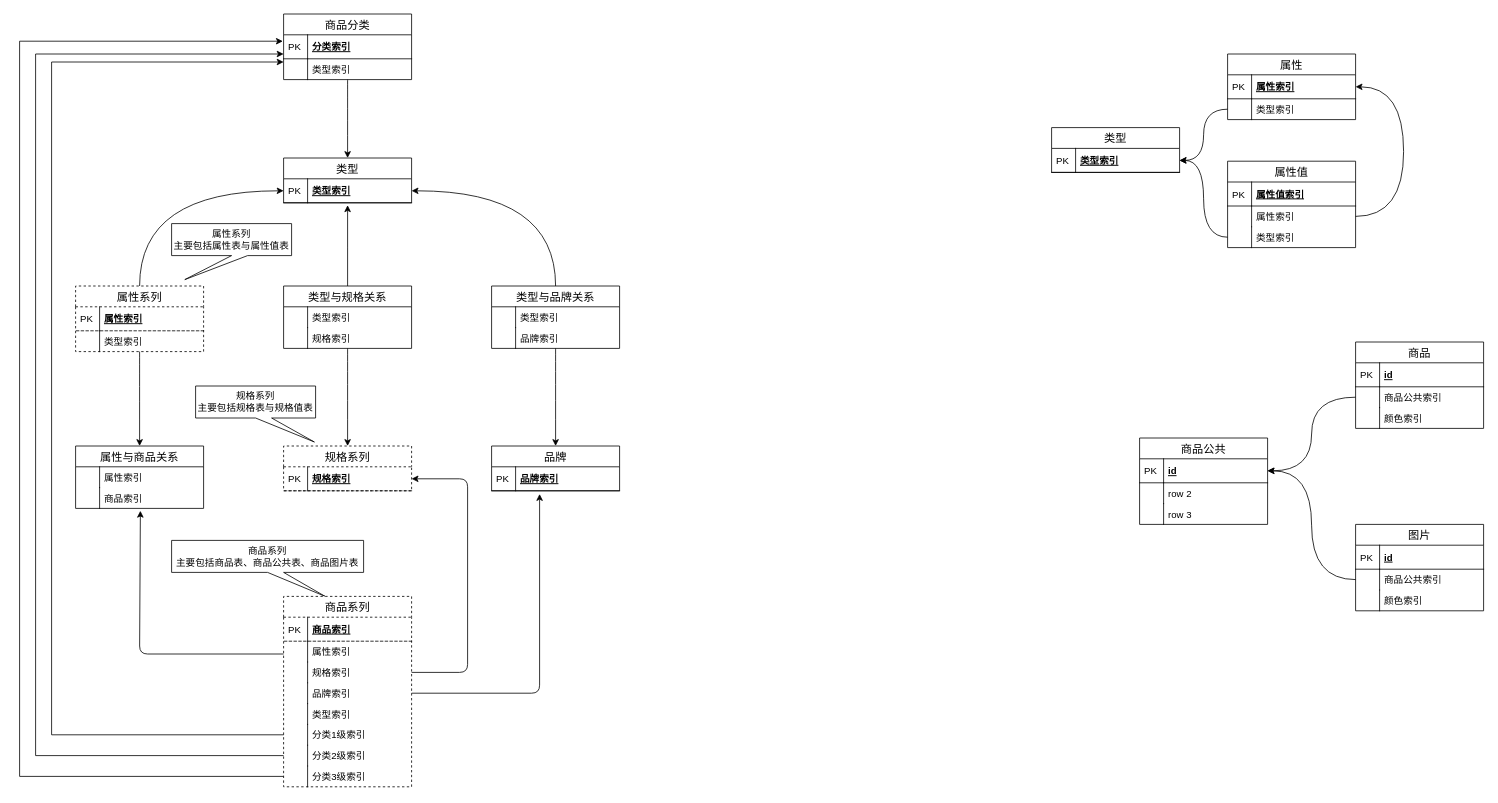
Before: page "商品模块数据库设计" (1 of 10) of src/dragon.drawio in ab-doc/draw.io, a draw.io diagram. Source tidied: cells renumbered, new cells numbered last; positions are measured from the earlier drawing's top-left corner, leaving out a move shared by most shapes. Both pictures are drawn from the tidied source at 80%, with x=0, y=0 at pixel (19, 14).
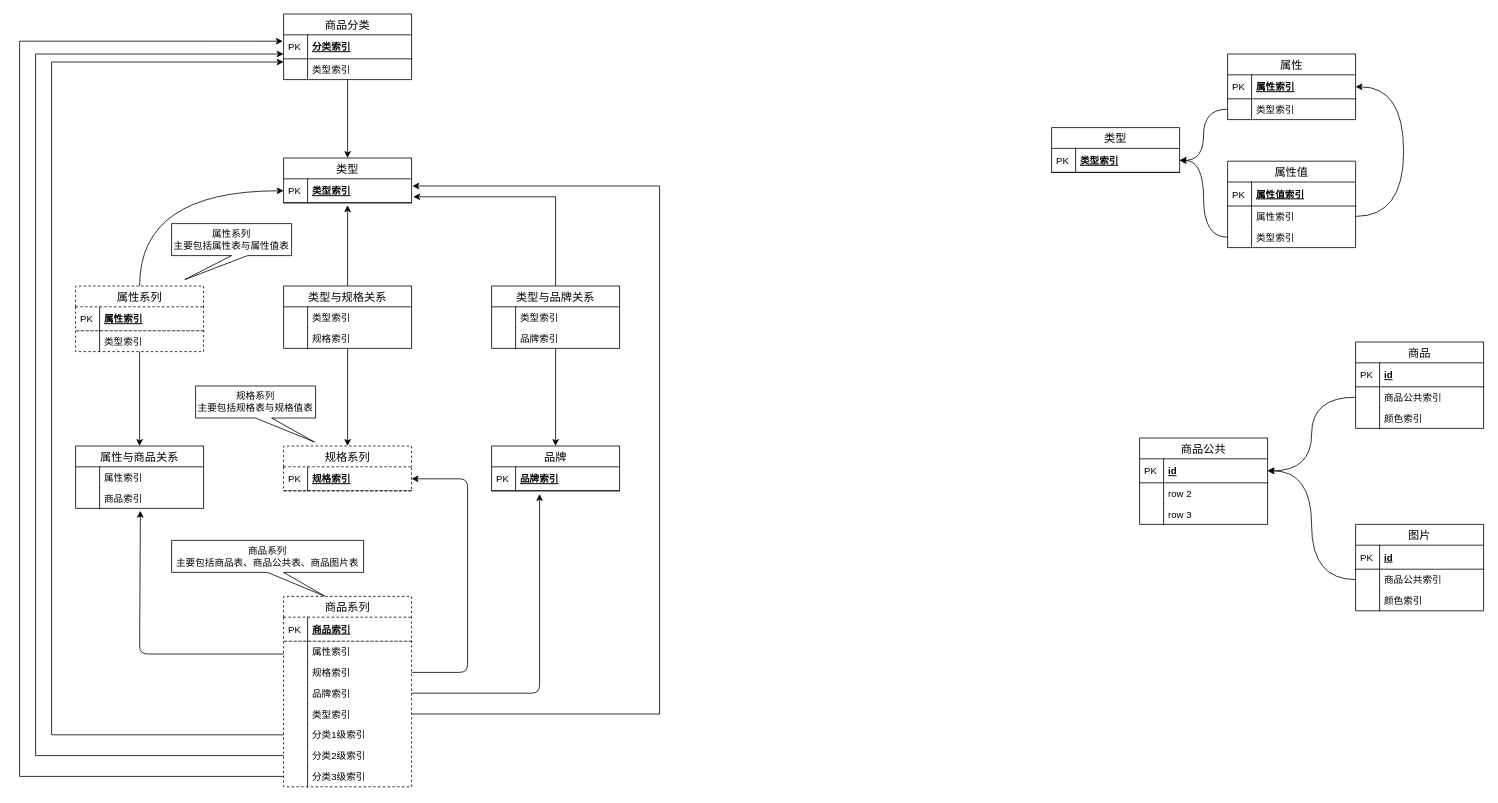
After the change.

The change refers to these unchanged cells:
```xml
<mxCell id="42" value="类型索引" style="shape=partialRectangle;top=0;left=0;right=0;bottom=0;align=left;verticalAlign=top;fillColor=none;spacingLeft=34;spacingRight=4;overflow=hidden;points=[[0,0.5],[1,0.5]];portConstraint=eastwest;fontSize=12;dashed=1;" parent="33" vertex="1">
  <mxGeometry y="134" width="160" height="26" as="geometry" />
</mxCell>
<mxCell id="68" value="类型与品牌关系" style="swimlane;fontStyle=0;horizontal=1;startSize=26;align=center;fontSize=14;" parent="1" vertex="1">
  <mxGeometry x="590" y="340" width="160" height="78" as="geometry" />
</mxCell>
<mxCell id="79" value="类型索引" style="shape=partialRectangle;top=0;left=0;right=0;bottom=1;align=left;verticalAlign=middle;fillColor=none;spacingLeft=34;spacingRight=4;overflow=hidden;points=[[0,0.5],[1,0.5]];portConstraint=eastwest;fontStyle=5;fontSize=12;" parent="78" vertex="1">
  <mxGeometry y="26" width="160" height="30" as="geometry" />
</mxCell>
```

What changed in the source:
```diff
@@
-    <mxCell id="8" style="edgeStyle=orthogonalEdgeStyle;curved=1;rounded=0;jettySize=auto;html=1;entryX=1;entryY=0.5;entryDx=0;entryDy=0;exitX=0.5;exitY=0;exitDx=0;exitDy=0;" parent="1" edge="1" source="68" target="79">
+    <mxCell id="8" style="edgeStyle=orthogonalEdgeStyle;rounded=0;jettySize=auto;html=1;entryX=1.013;entryY=0.75;entryDx=0;entryDy=0;exitX=0.5;exitY=0;exitDx=0;exitDy=0;entryPerimeter=0;" parent="1" edge="1" source="68" target="79">
       <mxGeometry relative="1" as="geometry" />
     </mxCell>
@@
+    <mxCell id="110" style="edgeStyle=orthogonalEdgeStyle;rounded=0;jettySize=auto;html=1;entryX=1.006;entryY=0.3;entryDx=0;entryDy=0;exitX=1;exitY=0.5;exitDx=0;exitDy=0;entryPerimeter=0;" parent="1" edge="1" source="42" target="79">
+      <mxGeometry relative="1" as="geometry">
+        <Array as="points">
+          <mxPoint x="800" y="875" />
+          <mxPoint x="800" y="215" />
+        </Array>
+      </mxGeometry>
+    </mxCell>
```
